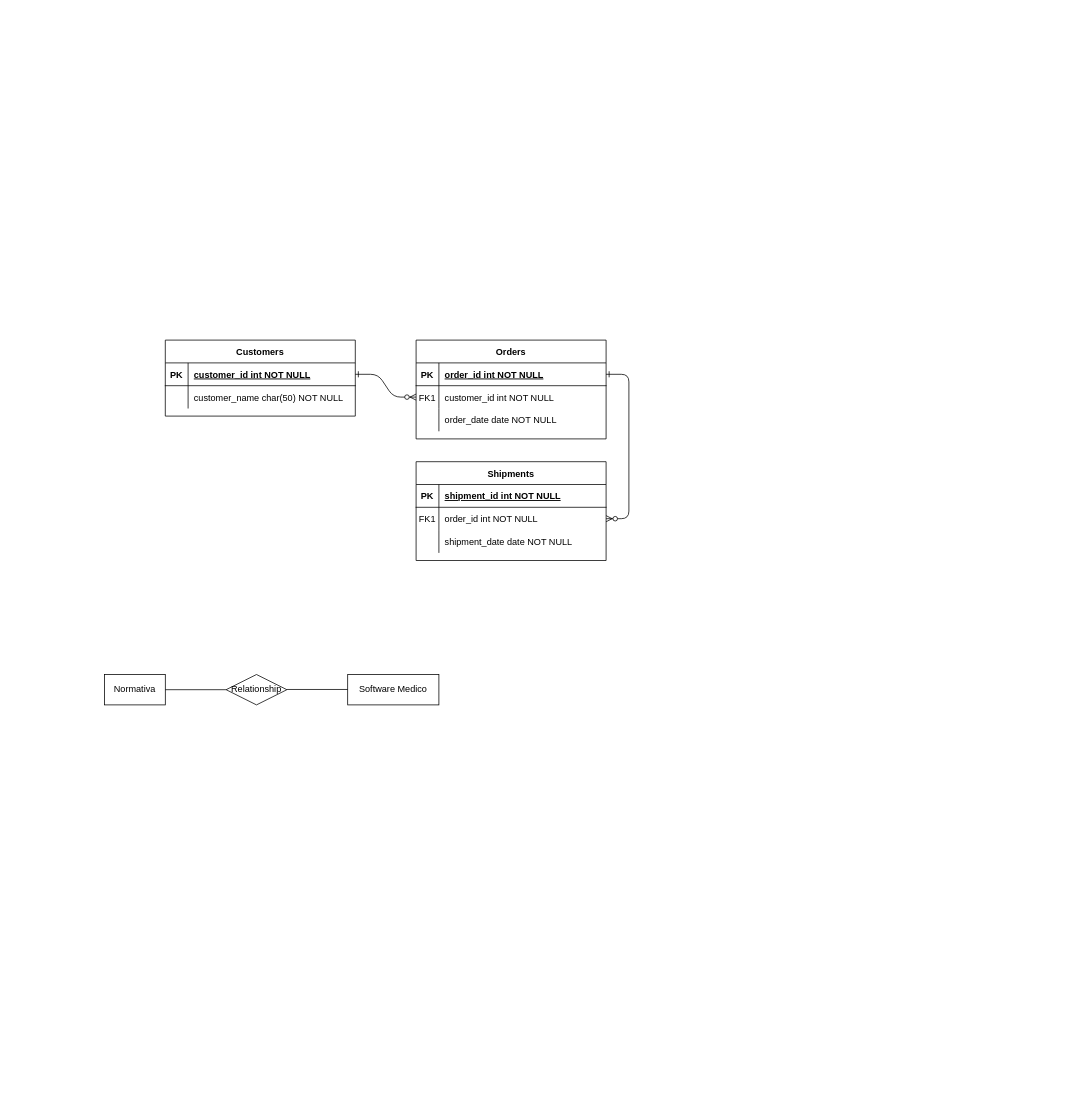
This is DER.drawio from Gabitoto/Safety_Critical_Software, a draw.io file, before an edit. Source tidied: cells renumbered, new cells numbered last; positions are measured from the earlier drawing's top-left corner, leaving out a move shared by most shapes. Both pictures are drawn from the tidied source at 76%, with x=0, y=0 at pixel (104, 340).
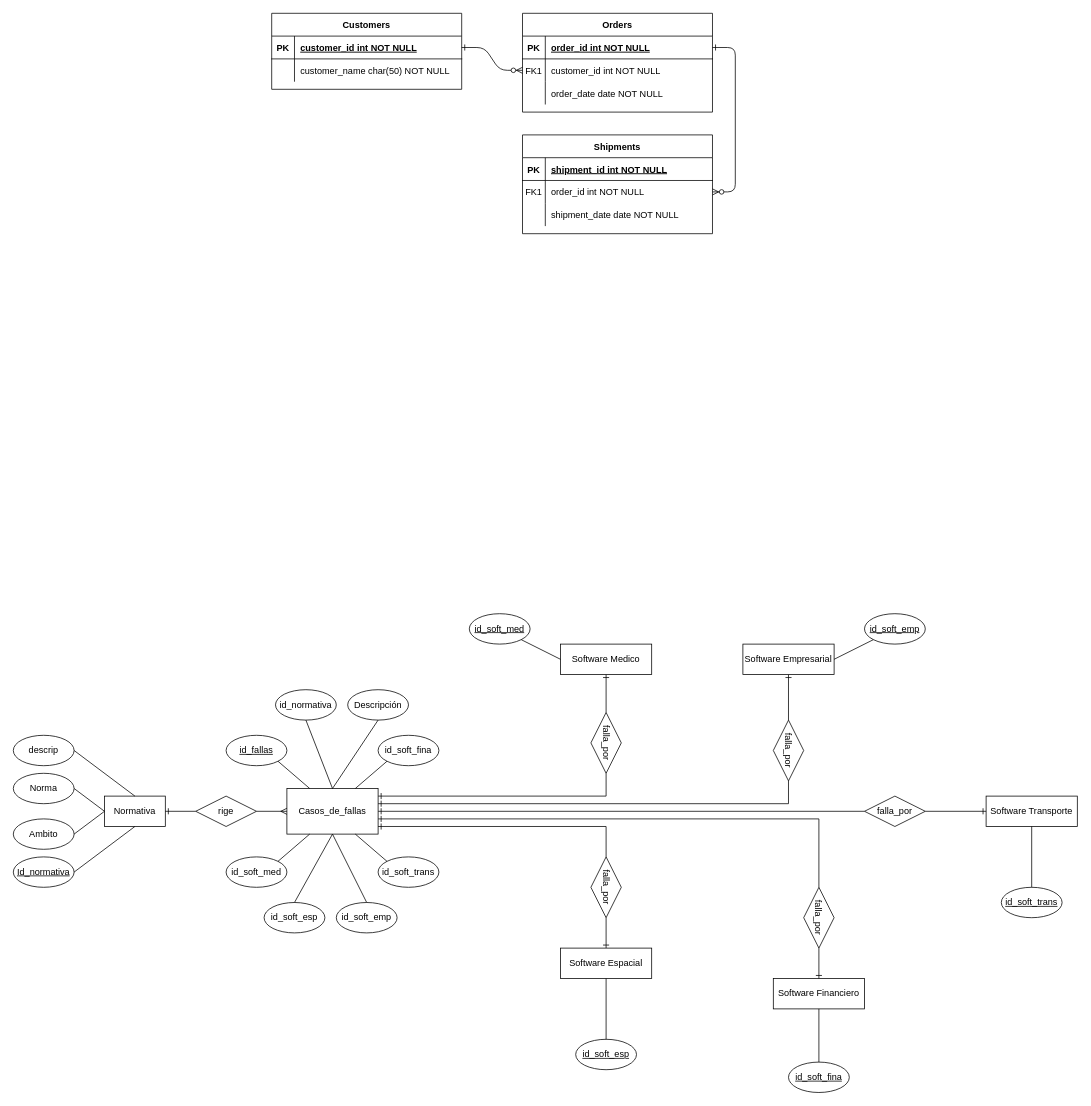
Above is the later version.

What changed in the source:
```diff
@@
     <mxCell id="4" value="Orders" style="shape=table;startSize=30;childLayout=tableLayout;rowLines=0;fontStyle=1;align=center;" parent="1" vertex="1">
-      <mxGeometry x="410" width="250" height="130" as="geometry" />
+      <mxGeometry x="550" y="-430" width="250" height="130" as="geometry" />
     </mxCell>
@@
     <mxCell id="14" value="Shipments" style="shape=table;startSize=30;childLayout=tableLayout;rowLines=0;fontStyle=1;align=center;" parent="1" vertex="1">
-      <mxGeometry x="410" y="160" width="250" height="130" as="geometry" />
+      <mxGeometry x="550" y="-270" width="250" height="130" as="geometry" />
     </mxCell>
@@
     <mxCell id="24" value="Customers" style="shape=table;startSize=30;childLayout=tableLayout;rowLines=0;fontStyle=1;align=center;" parent="1" vertex="1">
-      <mxGeometry x="80" width="250" height="100" as="geometry" />
+      <mxGeometry x="220" y="-430" width="250" height="100" as="geometry" />
     </mxCell>
@@
     <mxCell id="31" value="Normativa" style="whiteSpace=wrap;html=1;align=center;" parent="1" vertex="1">
-      <mxGeometry y="440" width="80" height="40" as="geometry" />
+      <mxGeometry y="600" width="80" height="40" as="geometry" />
     </mxCell>
+    <mxCell id="36" style="edgeStyle=orthogonalEdgeStyle;rounded=0;jettySize=auto;html=1;entryX=0.5;entryY=0;entryDx=0;entryDy=0;exitX=1;exitY=0.5;exitDx=0;exitDy=0;endArrow=ERone;startFill=0;endFill=0;" parent="1" edge="1" source="73" target="45">
+      <mxGeometry relative="1" as="geometry" />
+    </mxCell>
+    <mxCell id="37" style="edgeStyle=orthogonalEdgeStyle;rounded=0;jettySize=auto;html=1;entryX=0.5;entryY=1;entryDx=0;entryDy=0;endArrow=ERone;startFill=0;endFill=0;" parent="1" edge="1" source="77" target="43">
+      <mxGeometry relative="1" as="geometry" />
+    </mxCell>
+    <mxCell id="38" style="edgeStyle=orthogonalEdgeStyle;rounded=0;jettySize=auto;html=1;entryX=0.5;entryY=1;entryDx=0;entryDy=0;endArrow=ERone;startFill=0;endFill=0;" parent="1" edge="1" source="76" target="44">
+      <mxGeometry relative="1" as="geometry" />
+    </mxCell>
+    <mxCell id="39" style="edgeStyle=orthogonalEdgeStyle;rounded=0;jettySize=auto;html=1;entryX=1;entryY=0.5;entryDx=0;entryDy=0;endArrow=none;startFill=0;startArrow=ERone;" parent="1" edge="1" source="32" target="77">
+      <mxGeometry relative="1" as="geometry">
+        <Array as="points">
+          <mxPoint x="660" y="600" />
+        </Array>
+      </mxGeometry>
+    </mxCell>
+    <mxCell id="40" style="edgeStyle=orthogonalEdgeStyle;rounded=0;jettySize=auto;html=1;entryX=1;entryY=0.5;entryDx=0;entryDy=0;endArrow=none;startFill=0;startArrow=ERone;" parent="1" edge="1" source="32" target="76">
+      <mxGeometry relative="1" as="geometry">
+        <Array as="points">
+          <mxPoint x="900" y="610" />
+        </Array>
+      </mxGeometry>
+    </mxCell>
+    <mxCell id="41" style="edgeStyle=orthogonalEdgeStyle;rounded=0;jettySize=auto;html=1;endArrow=none;startFill=0;startArrow=ERone;" parent="1" edge="1" source="32" target="79">
+      <mxGeometry relative="1" as="geometry" />
+    </mxCell>
+    <mxCell id="42" style="edgeStyle=orthogonalEdgeStyle;rounded=0;jettySize=auto;html=1;entryX=0;entryY=0.5;entryDx=0;entryDy=0;endArrow=none;startFill=0;startArrow=ERone;" parent="1" edge="1" source="32" target="75">
+      <mxGeometry relative="1" as="geometry">
+        <Array as="points">
+          <mxPoint x="940" y="630" />
+        </Array>
+      </mxGeometry>
+    </mxCell>
-    <mxCell id="32" value="Software Medico" style="whiteSpace=wrap;html=1;align=center;" parent="1" vertex="1">
-      <mxGeometry x="320" y="440" width="120" height="40" as="geometry" />
+    <mxCell id="32" value="Casos_de_fallas" style="whiteSpace=wrap;html=1;align=center;" parent="1" vertex="1">
+      <mxGeometry x="240" y="590" width="120" height="60" as="geometry" />
     </mxCell>
-    <mxCell id="33" value="Relationship" style="shape=rhombus;perimeter=rhombusPerimeter;whiteSpace=wrap;html=1;align=center;" parent="1" vertex="1">
-      <mxGeometry x="160" y="440" width="80" height="40" as="geometry" />
+    <mxCell id="33" value="rige" style="shape=rhombus;perimeter=rhombusPerimeter;whiteSpace=wrap;html=1;align=center;" parent="1" vertex="1">
+      <mxGeometry x="120" y="600" width="80" height="40" as="geometry" />
     </mxCell>
-    <mxCell id="34" style="endArrow=none;html=1;rounded=0;exitX=1;exitY=0.5;exitDx=0;exitDy=0;entryX=0;entryY=0.5;entryDx=0;entryDy=0;" parent="1" edge="1" source="31" target="33">
+    <mxCell id="34" style="endArrow=none;html=1;rounded=0;exitX=1;exitY=0.5;exitDx=0;exitDy=0;entryX=0;entryY=0.5;entryDx=0;entryDy=0;startArrow=ERone;startFill=0;" parent="1" edge="1" source="31" target="33">
       <mxGeometry relative="1" as="geometry" />
     </mxCell>
-    <mxCell id="35" style="endArrow=none;html=1;rounded=0;exitX=1;exitY=0.5;exitDx=0;exitDy=0;entryX=0;entryY=0.5;entryDx=0;entryDy=0;" parent="1" edge="1">
-      <mxGeometry relative="1" as="geometry">
-        <mxPoint x="240" y="459.7" as="sourcePoint" />
-        <mxPoint x="320" y="459.7" as="targetPoint" />
-      </mxGeometry>
+    <mxCell id="35" style="endArrow=ERmany;html=1;rounded=0;exitX=1;exitY=0.5;exitDx=0;exitDy=0;entryX=0;entryY=0.5;entryDx=0;entryDy=0;endFill=0;" parent="1" edge="1" source="33" target="32">
+      <mxGeometry relative="1" as="geometry" />
     </mxCell>
+    <mxCell id="43" value="Software Medico" style="whiteSpace=wrap;html=1;align=center;" parent="1" vertex="1">
+      <mxGeometry x="600" y="400" width="120" height="40" as="geometry" />
+    </mxCell>
+    <mxCell id="44" value="Software Empresarial" style="whiteSpace=wrap;html=1;align=center;" parent="1" vertex="1">
+      <mxGeometry x="840" y="400" width="120" height="40" as="geometry" />
+    </mxCell>
+    <mxCell id="45" value="Software Espacial" style="whiteSpace=wrap;html=1;align=center;" parent="1" vertex="1">
+      <mxGeometry x="600" y="800" width="120" height="40" as="geometry" />
+    </mxCell>
+    <mxCell id="46" value="Id_normativa" style="ellipse;whiteSpace=wrap;html=1;align=center;fontStyle=4;" parent="1" vertex="1">
+      <mxGeometry x="-120" y="680" width="80" height="40" as="geometry" />
+    </mxCell>
+    <mxCell id="47" value="Ambito" style="ellipse;whiteSpace=wrap;html=1;align=center;" parent="1" vertex="1">
+      <mxGeometry x="-120" y="630" width="80" height="40" as="geometry" />
+    </mxCell>
+    <mxCell id="48" value="Norma" style="ellipse;whiteSpace=wrap;html=1;align=center;" parent="1" vertex="1">
+      <mxGeometry x="-120" y="570" width="80" height="40" as="geometry" />
+    </mxCell>
+    <mxCell id="49" value="descrip" style="ellipse;whiteSpace=wrap;html=1;align=center;" parent="1" vertex="1">
+      <mxGeometry x="-120" y="520" width="80" height="40" as="geometry" />
+    </mxCell>
+    <mxCell id="50" style="endArrow=none;html=1;rounded=0;exitX=1;exitY=0.5;exitDx=0;exitDy=0;entryX=0.5;entryY=1;entryDx=0;entryDy=0;" parent="1" edge="1" source="46" target="31">
+      <mxGeometry relative="1" as="geometry" />
+    </mxCell>
+    <mxCell id="51" style="endArrow=none;html=1;rounded=0;exitX=1;exitY=0.5;exitDx=0;exitDy=0;entryX=0;entryY=0.5;entryDx=0;entryDy=0;" parent="1" edge="1" source="47" target="31">
+      <mxGeometry relative="1" as="geometry" />
+    </mxCell>
+    <mxCell id="52" style="endArrow=none;html=1;rounded=0;exitX=1;exitY=0.5;exitDx=0;exitDy=0;entryX=0;entryY=0.5;entryDx=0;entryDy=0;" parent="1" edge="1" source="48" target="31">
+      <mxGeometry relative="1" as="geometry" />
+    </mxCell>
+    <mxCell id="53" style="endArrow=none;html=1;rounded=0;exitX=1;exitY=0.5;exitDx=0;exitDy=0;entryX=0.5;entryY=0;entryDx=0;entryDy=0;" parent="1" edge="1" source="49" target="31">
+      <mxGeometry relative="1" as="geometry" />
+    </mxCell>
+    <mxCell id="54" value="Software Financiero" style="whiteSpace=wrap;html=1;align=center;" parent="1" vertex="1">
+      <mxGeometry x="880" y="840" width="120" height="40" as="geometry" />
+    </mxCell>
+    <mxCell id="55" value="Software Transporte" style="whiteSpace=wrap;html=1;align=center;" parent="1" vertex="1">
+      <mxGeometry x="1160" y="600" width="120" height="40" as="geometry" />
+    </mxCell>
+    <mxCell id="56" value="id_fallas" style="ellipse;whiteSpace=wrap;html=1;align=center;fontStyle=4;" parent="1" vertex="1">
+      <mxGeometry x="160" y="520" width="80" height="40" as="geometry" />
+    </mxCell>
+    <mxCell id="57" style="endArrow=none;html=1;rounded=0;exitX=1;exitY=1;exitDx=0;exitDy=0;entryX=0.25;entryY=0;entryDx=0;entryDy=0;" parent="1" edge="1" source="56" target="32">
+      <mxGeometry relative="1" as="geometry" />
+    </mxCell>
+    <mxCell id="58" value="id_normativa" style="ellipse;whiteSpace=wrap;html=1;align=center;fontStyle=0;" parent="1" vertex="1">
+      <mxGeometry x="225" y="460" width="80" height="40" as="geometry" />
+    </mxCell>
+    <mxCell id="59" style="endArrow=none;html=1;rounded=0;exitX=0.5;exitY=1;exitDx=0;exitDy=0;entryX=0.5;entryY=0;entryDx=0;entryDy=0;" parent="1" edge="1" source="58" target="32">
+      <mxGeometry relative="1" as="geometry" />
+    </mxCell>
+    <mxCell id="60" value="Descripción" style="ellipse;whiteSpace=wrap;html=1;align=center;" parent="1" vertex="1">
+      <mxGeometry x="320" y="460" width="80" height="40" as="geometry" />
+    </mxCell>
+    <mxCell id="61" style="endArrow=none;html=1;rounded=0;exitX=0.5;exitY=1;exitDx=0;exitDy=0;entryX=0.5;entryY=0;entryDx=0;entryDy=0;" parent="1" edge="1" source="60" target="32">
+      <mxGeometry relative="1" as="geometry" />
+    </mxCell>
+    <mxCell id="62" value="id_soft_med" style="ellipse;whiteSpace=wrap;html=1;align=center;fontStyle=0;" parent="1" vertex="1">
+      <mxGeometry x="160" y="680" width="80" height="40" as="geometry" />
+    </mxCell>
+    <mxCell id="63" value="id_soft_esp" style="ellipse;whiteSpace=wrap;html=1;align=center;fontStyle=0;" parent="1" vertex="1">
+      <mxGeometry x="210" y="740" width="80" height="40" as="geometry" />
+    </mxCell>
+    <mxCell id="64" value="id_soft_emp" style="ellipse;whiteSpace=wrap;html=1;align=center;fontStyle=0;" parent="1" vertex="1">
+      <mxGeometry x="305" y="740" width="80" height="40" as="geometry" />
+    </mxCell>
+    <mxCell id="65" value="id_soft_trans" style="ellipse;whiteSpace=wrap;html=1;align=center;fontStyle=0;" parent="1" vertex="1">
+      <mxGeometry x="360" y="680" width="80" height="40" as="geometry" />
+    </mxCell>
+    <mxCell id="66" value="id_soft_fina" style="ellipse;whiteSpace=wrap;html=1;align=center;fontStyle=0;" parent="1" vertex="1">
+      <mxGeometry x="360" y="520" width="80" height="40" as="geometry" />
+    </mxCell>
+    <mxCell id="67" style="endArrow=none;html=1;rounded=0;exitX=0;exitY=1;exitDx=0;exitDy=0;entryX=0.75;entryY=0;entryDx=0;entryDy=0;" parent="1" edge="1" source="66" target="32">
+      <mxGeometry relative="1" as="geometry" />
+    </mxCell>
+    <mxCell id="68" style="endArrow=none;html=1;rounded=0;exitX=0;exitY=0;exitDx=0;exitDy=0;entryX=0.75;entryY=1;entryDx=0;entryDy=0;" parent="1" edge="1" source="65" target="32">
+      <mxGeometry relative="1" as="geometry" />
+    </mxCell>
+    <mxCell id="69" style="endArrow=none;html=1;rounded=0;exitX=0.5;exitY=0;exitDx=0;exitDy=0;entryX=0.5;entryY=1;entryDx=0;entryDy=0;" parent="1" edge="1" source="64" target="32">
+      <mxGeometry relative="1" as="geometry" />
+    </mxCell>
+    <mxCell id="70" style="endArrow=none;html=1;rounded=0;exitX=0.5;exitY=0;exitDx=0;exitDy=0;entryX=0.5;entryY=1;entryDx=0;entryDy=0;" parent="1" edge="1" source="63" target="32">
+      <mxGeometry relative="1" as="geometry" />
+    </mxCell>
+    <mxCell id="71" style="endArrow=none;html=1;rounded=0;exitX=1;exitY=0;exitDx=0;exitDy=0;entryX=0.25;entryY=1;entryDx=0;entryDy=0;" parent="1" edge="1" source="62" target="32">
+      <mxGeometry relative="1" as="geometry" />
+    </mxCell>
+    <mxCell id="72" style="edgeStyle=orthogonalEdgeStyle;rounded=0;jettySize=auto;html=1;entryX=0;entryY=0.5;entryDx=0;entryDy=0;endArrow=none;startFill=0;startArrow=ERone;" parent="1" edge="1" source="32" target="73">
+      <mxGeometry relative="1" as="geometry">
+        <Array as="points">
+          <mxPoint x="660" y="640" />
+        </Array>
+      </mxGeometry>
+    </mxCell>
+    <mxCell id="73" value="falla_por" style="shape=rhombus;perimeter=rhombusPerimeter;whiteSpace=wrap;html=1;align=center;rotation=90;" parent="1" vertex="1">
+      <mxGeometry x="620" y="700" width="80" height="40" as="geometry" />
+    </mxCell>
+    <mxCell id="74" style="edgeStyle=orthogonalEdgeStyle;rounded=0;jettySize=auto;html=1;entryX=0.5;entryY=0;entryDx=0;entryDy=0;endArrow=ERone;startFill=0;endFill=0;" parent="1" edge="1" source="75" target="54">
+      <mxGeometry relative="1" as="geometry" />
+    </mxCell>
+    <mxCell id="75" value="falla_por" style="shape=rhombus;perimeter=rhombusPerimeter;whiteSpace=wrap;html=1;align=center;rotation=90;" parent="1" vertex="1">
+      <mxGeometry x="900" y="740" width="80" height="40" as="geometry" />
+    </mxCell>
+    <mxCell id="76" value="falla_por" style="shape=rhombus;perimeter=rhombusPerimeter;whiteSpace=wrap;html=1;align=center;rotation=90;" parent="1" vertex="1">
+      <mxGeometry x="860" y="520" width="80" height="40" as="geometry" />
+    </mxCell>
+    <mxCell id="77" value="falla_por" style="shape=rhombus;perimeter=rhombusPerimeter;whiteSpace=wrap;html=1;align=center;rotation=90;" parent="1" vertex="1">
+      <mxGeometry x="620" y="510" width="80" height="40" as="geometry" />
+    </mxCell>
+    <mxCell id="78" style="edgeStyle=orthogonalEdgeStyle;rounded=0;jettySize=auto;html=1;entryX=0;entryY=0.5;entryDx=0;entryDy=0;endArrow=ERone;startFill=0;endFill=0;" parent="1" edge="1" source="79" target="55">
+      <mxGeometry relative="1" as="geometry" />
+    </mxCell>
+    <mxCell id="79" value="falla_por" style="shape=rhombus;perimeter=rhombusPerimeter;whiteSpace=wrap;html=1;align=center;rotation=0;" parent="1" vertex="1">
+      <mxGeometry x="1000" y="600" width="80" height="40" as="geometry" />
+    </mxCell>
+    <mxCell id="80" value="&lt;u&gt;id_soft_med&lt;/u&gt;" style="ellipse;whiteSpace=wrap;html=1;align=center;fontStyle=0;" parent="1" vertex="1">
+      <mxGeometry x="480" y="360" width="80" height="40" as="geometry" />
+    </mxCell>
+    <mxCell id="81" value="&lt;u&gt;id_soft_esp&lt;/u&gt;" style="ellipse;whiteSpace=wrap;html=1;align=center;fontStyle=0;" parent="1" vertex="1">
+      <mxGeometry x="620" y="920" width="80" height="40" as="geometry" />
+    </mxCell>
+    <mxCell id="82" value="&lt;u&gt;id_soft_emp&lt;/u&gt;" style="ellipse;whiteSpace=wrap;html=1;align=center;fontStyle=0;" parent="1" vertex="1">
+      <mxGeometry x="1000" y="360" width="80" height="40" as="geometry" />
+    </mxCell>
+    <mxCell id="83" value="&lt;u&gt;id_soft_fina&lt;/u&gt;" style="ellipse;whiteSpace=wrap;html=1;align=center;fontStyle=0;" parent="1" vertex="1">
+      <mxGeometry x="900" y="950" width="80" height="40" as="geometry" />
+    </mxCell>
+    <mxCell id="84" value="&lt;u&gt;id_soft_trans&lt;/u&gt;" style="ellipse;whiteSpace=wrap;html=1;align=center;fontStyle=0;" parent="1" vertex="1">
+      <mxGeometry x="1180" y="720" width="80" height="40" as="geometry" />
+    </mxCell>
+    <mxCell id="85" style="endArrow=none;html=1;rounded=0;exitX=1;exitY=1;exitDx=0;exitDy=0;entryX=0;entryY=0.5;entryDx=0;entryDy=0;" parent="1" edge="1" source="80" target="43">
+      <mxGeometry relative="1" as="geometry" />
+    </mxCell>
+    <mxCell id="86" style="endArrow=none;html=1;rounded=0;exitX=1;exitY=0.5;exitDx=0;exitDy=0;entryX=0;entryY=1;entryDx=0;entryDy=0;" parent="1" edge="1" source="44" target="82">
+      <mxGeometry relative="1" as="geometry" />
+    </mxCell>
+    <mxCell id="87" style="endArrow=none;html=1;rounded=0;exitX=0.5;exitY=1;exitDx=0;exitDy=0;entryX=0.5;entryY=0;entryDx=0;entryDy=0;" parent="1" edge="1" source="55" target="84">
+      <mxGeometry relative="1" as="geometry" />
+    </mxCell>
+    <mxCell id="88" style="endArrow=none;html=1;rounded=0;exitX=0.5;exitY=0;exitDx=0;exitDy=0;entryX=0.5;entryY=1;entryDx=0;entryDy=0;" parent="1" edge="1" source="83" target="54">
+      <mxGeometry relative="1" as="geometry" />
+    </mxCell>
+    <mxCell id="89" style="endArrow=none;html=1;rounded=0;exitX=0.5;exitY=1;exitDx=0;exitDy=0;entryX=0.5;entryY=0;entryDx=0;entryDy=0;" parent="1" edge="1" source="45" target="81">
+      <mxGeometry relative="1" as="geometry" />
+    </mxCell>
```
